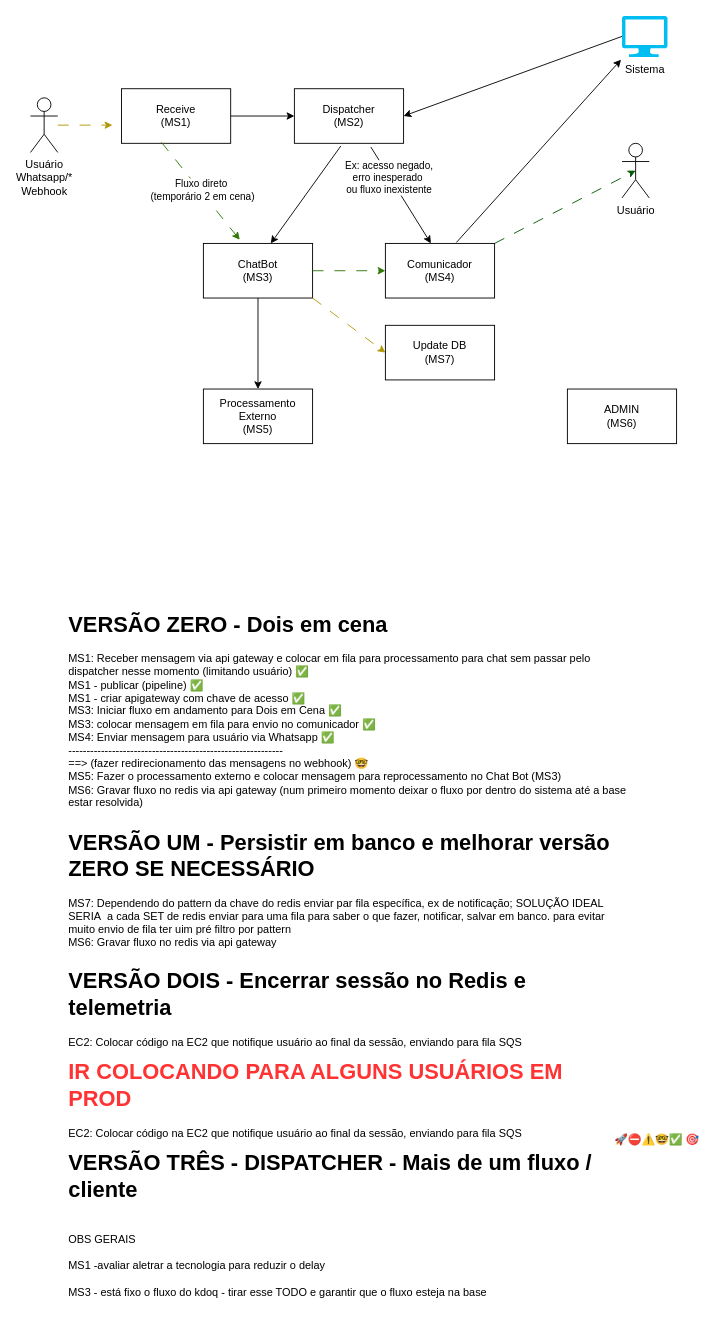
This is fluxo-geral.drawio from LeoKvra/zappa-docs, a draw.io file, before an edit. Source tidied: cells renumbered, new cells numbered last; positions are measured from the earlier drawing's top-left corner, leaving out a move shared by most shapes. Both pictures are drawn from the tidied source at 91%, with x=0, y=0 at pixel (30, 15).
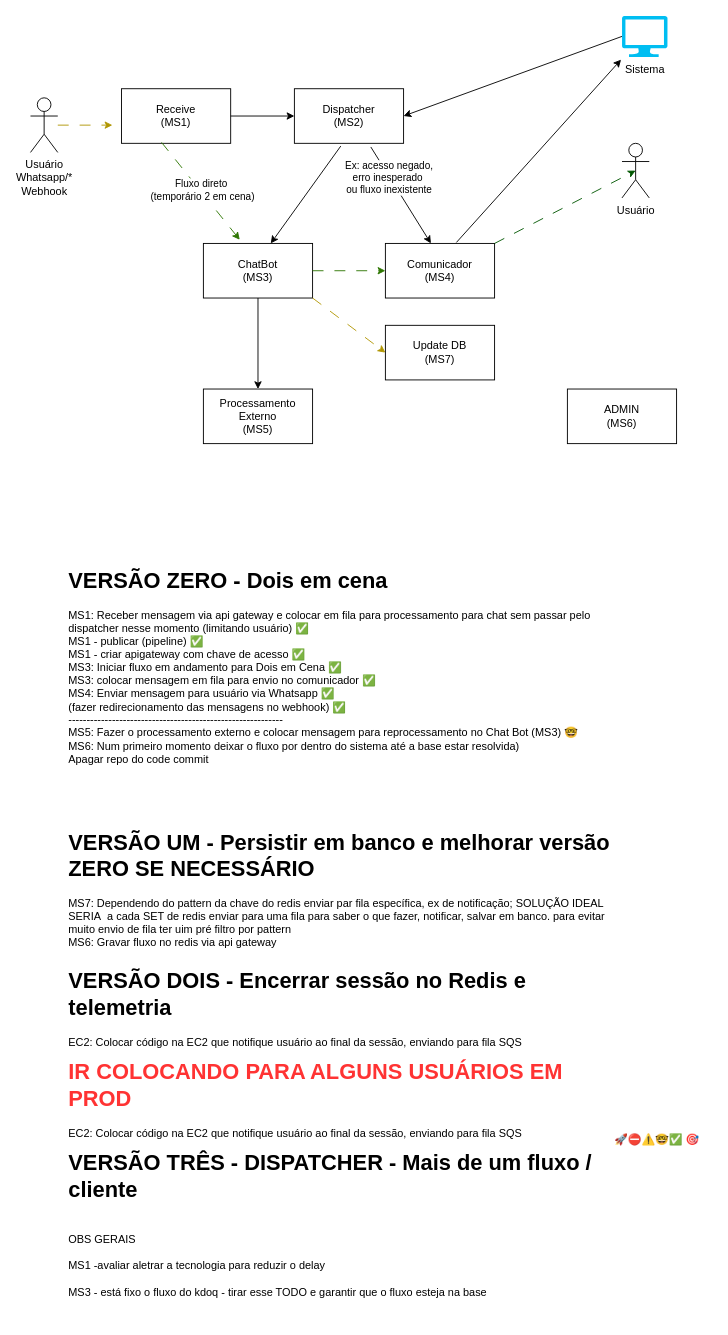
The same page after the edit.

Diff of the diagram source:
```diff
@@
-    <mxCell id="22" value="&lt;h1 style=&quot;margin-top: 0px;&quot;&gt;VERSÃO ZERO - Dois em cena&lt;/h1&gt;&lt;div&gt;MS1: Receber mensagem via api gateway e colocar em fila para processamento para chat sem passar pelo dispatcher nesse momento (limitando usuário)&amp;nbsp;&lt;span style=&quot;background-color: initial;&quot;&gt;✅&lt;br&gt;&lt;/span&gt;&lt;span style=&quot;background-color: initial;&quot;&gt;MS1 - publicar (pipeline)&amp;nbsp;&lt;/span&gt;✅&lt;span style=&quot;background-color: initial;&quot;&gt;&lt;br&gt;MS1 - criar apigateway com chave de acesso&lt;/span&gt;&amp;nbsp;✅&lt;br&gt;&lt;span style=&quot;background-color: initial;&quot;&gt;MS3: Iniciar fluxo em andamento para Dois em Cena&amp;nbsp;&lt;/span&gt;✅&lt;span style=&quot;background-color: initial;&quot;&gt;&lt;br&gt;&lt;/span&gt;&lt;div&gt;&lt;span style=&quot;background-color: initial;&quot;&gt;MS3: colocar mensagem em fila para envio no comunicador&amp;nbsp;&lt;/span&gt;✅&lt;span style=&quot;background-color: initial;&quot;&gt;&lt;br&gt;&lt;/span&gt;MS4: Enviar mensagem para usuário via Whatsapp&amp;nbsp;&lt;span style=&quot;background-color: initial;&quot;&gt;✅&lt;/span&gt;&lt;/div&gt;-----------------------------------------------------------&lt;br&gt;&lt;span style=&quot;background-color: initial;&quot;&gt;==&amp;gt; (fazer redirecionamento das mensagens no webhook) 🤓&lt;/span&gt;&lt;br&gt;&lt;/div&gt;&lt;div&gt;MS5: Fazer o processamento externo e colocar mensagem para reprocessamento no Chat Bot (MS3)&lt;br&gt;MS6: Gravar fluxo no redis via api gateway (num primeiro momento deixar o fluxo por dentro do sistema até a base estar resolvida)&lt;br&gt;&lt;br&gt;&lt;br&gt;&lt;/div&gt;" style="text;html=1;whiteSpace=wrap;overflow=hidden;rounded=0;" parent="1" vertex="1">
-      <mxGeometry x="40" y="648" width="620" height="222" as="geometry" />
+    <mxCell id="22" value="&lt;h1 style=&quot;margin-top: 0px;&quot;&gt;VERSÃO ZERO - Dois em cena&lt;/h1&gt;&lt;div&gt;MS1: Receber mensagem via api gateway e colocar em fila para processamento para chat sem passar pelo dispatcher nesse momento (limitando usuário)&amp;nbsp;&lt;span style=&quot;background-color: initial;&quot;&gt;✅&lt;br&gt;&lt;/span&gt;&lt;span style=&quot;background-color: initial;&quot;&gt;MS1 - publicar (pipeline)&amp;nbsp;&lt;/span&gt;✅&lt;span style=&quot;background-color: initial;&quot;&gt;&lt;br&gt;MS1 - criar apigateway com chave de acesso&lt;/span&gt;&amp;nbsp;✅&lt;br&gt;&lt;span style=&quot;background-color: initial;&quot;&gt;MS3: Iniciar fluxo em andamento para Dois em Cena&amp;nbsp;&lt;/span&gt;✅&lt;span style=&quot;background-color: initial;&quot;&gt;&lt;br&gt;&lt;/span&gt;&lt;div&gt;&lt;span style=&quot;background-color: initial;&quot;&gt;MS3: colocar mensagem em fila para envio no comunicador&amp;nbsp;&lt;/span&gt;✅&lt;span style=&quot;background-color: initial;&quot;&gt;&lt;br&gt;&lt;/span&gt;MS4: Enviar mensagem para usuário via Whatsapp&amp;nbsp;&lt;span style=&quot;background-color: initial;&quot;&gt;✅&lt;/span&gt;&lt;/div&gt;&lt;span style=&quot;background-color: initial;&quot;&gt;(fazer redirecionamento das mensagens no webhook)&amp;nbsp;&lt;/span&gt;&lt;span style=&quot;background-color: initial;&quot;&gt;✅&lt;/span&gt;&lt;/div&gt;&lt;div&gt;-----------------------------------------------------------&lt;br&gt;MS5: Fazer o processamento externo e colocar mensagem para reprocessamento no Chat Bot (MS3) 🤓&lt;br&gt;MS6: Num primeiro momento deixar o fluxo por dentro do sistema até a base estar resolvida)&lt;br&gt;Apagar repo do code commit&lt;br&gt;&lt;br&gt;&lt;br&gt;&lt;/div&gt;" style="text;html=1;whiteSpace=wrap;overflow=hidden;rounded=0;" parent="1" vertex="1">
+      <mxGeometry x="40" y="600" width="620" height="270" as="geometry" />
     </mxCell>
```
